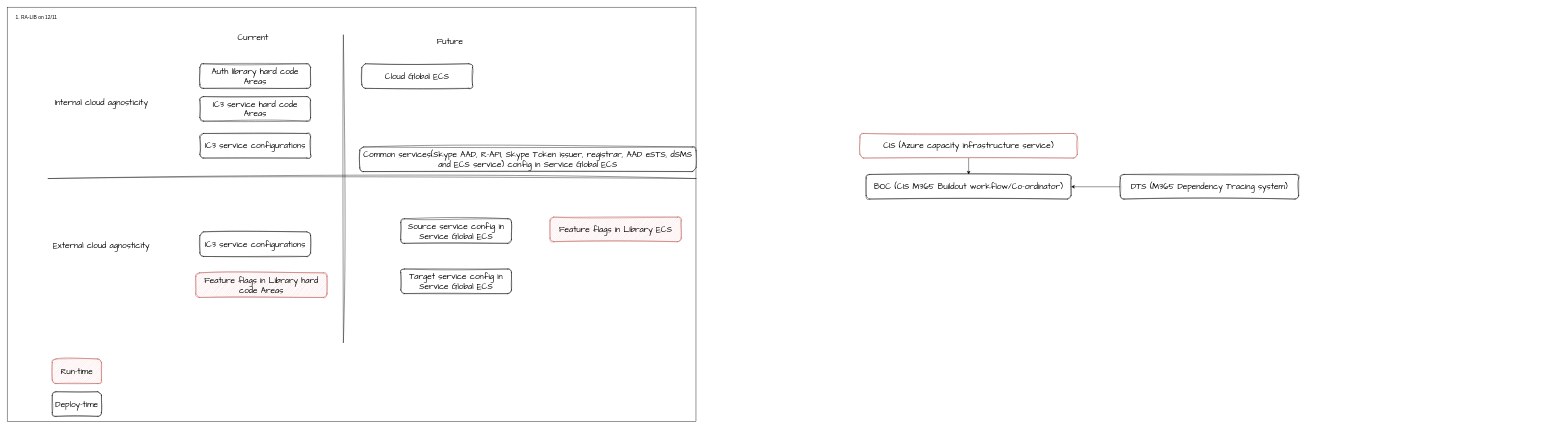
Earlier version of the draw.io diagram page "RA-LIB Overview" (7 of 11) of buildout.drawio (nonly/timewheel). Source tidied: cells renumbered, new cells numbered last; positions are measured from the earlier drawing's top-left corner, leaving out a move shared by most shapes. Both pictures are drawn from the tidied source at 41%, with x=0, y=0 at pixel (7, 7).
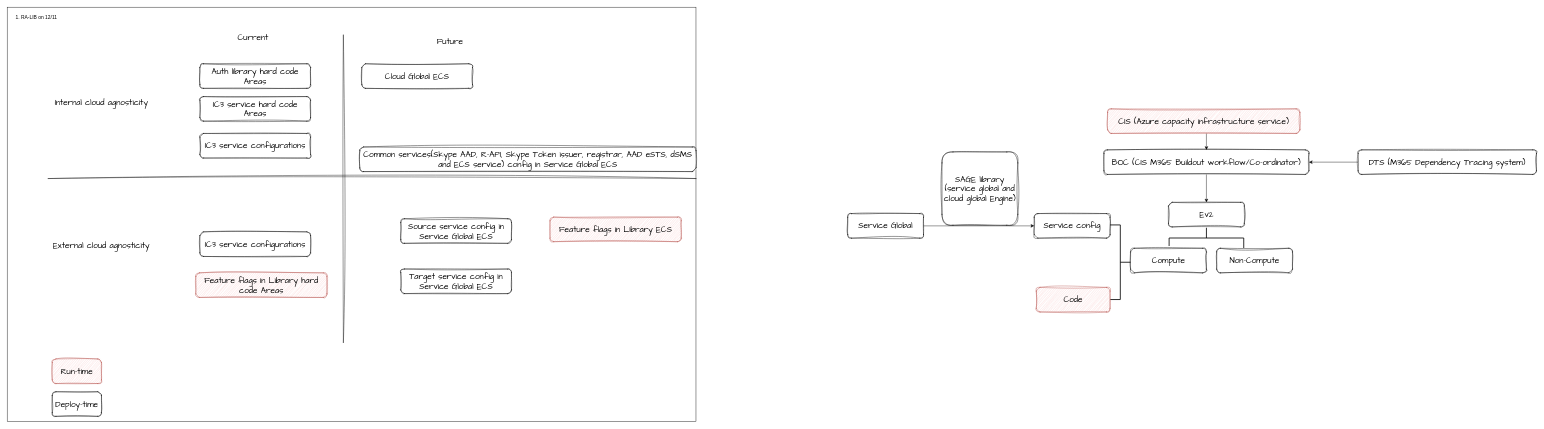
The same page after the edit.

What changed in the source:
```diff
@@
-    <mxCell id="22" value="CIS (Azure capacity infrastructure service)" style="rounded=1;whiteSpace=wrap;html=1;sketch=1;hachureGap=4;jiggle=2;curveFitting=1;fontFamily=Architects Daughter;fontSize=20;fillColor=#FFFFFF;strokeColor=#b85450;" parent="1" vertex="1">
-      <mxGeometry x="2080" y="308" width="530" height="60" as="geometry" />
-    </mxCell>
     <mxCell id="23" value="BOC (CIS M365 Buildout workflow/Co-ordinator)" style="rounded=1;whiteSpace=wrap;html=1;sketch=1;hachureGap=4;jiggle=2;curveFitting=1;fontFamily=Architects Daughter;fontSize=20;" parent="1" vertex="1">
-      <mxGeometry x="2095" y="408" width="500" height="60" as="geometry" />
+      <mxGeometry x="2675" y="348" width="500" height="60" as="geometry" />
     </mxCell>
-    <mxCell id="24" style="endArrow=classic;html=1;rounded=0;exitX=0.5;exitY=1;exitDx=0;exitDy=0;entryX=0.5;entryY=0;entryDx=0;entryDy=0;" parent="1" edge="1" source="22" target="23">
-      <mxGeometry relative="1" as="geometry" />
+    <mxCell id="24" style="endArrow=classic;html=1;rounded=0;exitX=0.5;exitY=1;exitDx=0;exitDy=0;entryX=0.5;entryY=0;entryDx=0;entryDy=0;" parent="1" edge="1" target="23">
+      <mxGeometry relative="1" as="geometry">
+        <mxPoint x="2925" y="308" as="sourcePoint" />
+      </mxGeometry>
     </mxCell>
     <mxCell id="25" value="DTS (M365 Dependency Tracing system)" style="rounded=1;whiteSpace=wrap;html=1;sketch=1;hachureGap=4;jiggle=2;curveFitting=1;fontFamily=Architects Daughter;fontSize=20;" parent="1" vertex="1">
-      <mxGeometry x="2715" y="408" width="435" height="60" as="geometry" />
+      <mxGeometry x="3295" y="348" width="435" height="60" as="geometry" />
     </mxCell>
@@
+    <mxCell id="27" value="Ev2" style="rounded=1;whiteSpace=wrap;html=1;sketch=1;hachureGap=4;jiggle=2;curveFitting=1;fontFamily=Architects Daughter;fontSize=20;" parent="1" vertex="1">
+      <mxGeometry x="2832.5" y="476" width="185" height="60" as="geometry" />
+    </mxCell>
+    <mxCell id="28" style="endArrow=classic;html=1;rounded=0;exitX=0.5;exitY=1;exitDx=0;exitDy=0;entryX=0.5;entryY=0;entryDx=0;entryDy=0;" parent="1" edge="1" source="23" target="27">
+      <mxGeometry relative="1" as="geometry" />
+    </mxCell>
+    <mxCell id="29" style="strokeWidth=2;html=1;shape=mxgraph.flowchart.annotation_2;align=left;labelPosition=right;rotation=90;" parent="1" vertex="1">
+      <mxGeometry x="2900" y="472" width="50" height="182" as="geometry" />
+    </mxCell>
+    <mxCell id="30" value="Compute" style="rounded=1;whiteSpace=wrap;html=1;sketch=1;hachureGap=4;jiggle=2;curveFitting=1;fontFamily=Architects Daughter;fontSize=20;" parent="1" vertex="1">
+      <mxGeometry x="2740" y="588" width="185" height="60" as="geometry" />
+    </mxCell>
+    <mxCell id="31" value="Non-Compute" style="rounded=1;whiteSpace=wrap;html=1;sketch=1;hachureGap=4;jiggle=2;curveFitting=1;fontFamily=Architects Daughter;fontSize=20;" parent="1" vertex="1">
+      <mxGeometry x="2950" y="588" width="185" height="60" as="geometry" />
+    </mxCell>
+    <mxCell id="32" value="Service config" style="rounded=1;whiteSpace=wrap;html=1;sketch=1;hachureGap=4;jiggle=2;curveFitting=1;fontFamily=Architects Daughter;fontSize=20;" parent="1" vertex="1">
+      <mxGeometry x="2505" y="503.4" width="185" height="60" as="geometry" />
+    </mxCell>
+    <mxCell id="33" style="strokeWidth=2;html=1;shape=mxgraph.flowchart.annotation_2;align=left;labelPosition=right;rotation=-180;" parent="1" vertex="1">
+      <mxGeometry x="2690" y="531.1" width="50" height="182" as="geometry" />
+    </mxCell>
+    <mxCell id="34" value="Code" style="rounded=1;whiteSpace=wrap;html=1;sketch=1;hachureGap=4;jiggle=2;curveFitting=1;fontFamily=Architects Daughter;fontSize=20;fillColor=#f8cecc;strokeColor=#b85450;" parent="1" vertex="1">
+      <mxGeometry x="2510" y="683.4" width="180" height="60" as="geometry" />
+    </mxCell>
+    <mxCell id="35" value="Service Global" style="rounded=1;whiteSpace=wrap;html=1;sketch=1;hachureGap=4;jiggle=2;curveFitting=1;fontFamily=Architects Daughter;fontSize=20;" parent="1" vertex="1">
+      <mxGeometry x="2050" y="503.4" width="185" height="60" as="geometry" />
+    </mxCell>
+    <mxCell id="36" style="endArrow=classic;html=1;rounded=0;exitX=1;exitY=0.5;exitDx=0;exitDy=0;entryX=0;entryY=0.5;entryDx=0;entryDy=0;" parent="1" edge="1" source="35" target="32">
+      <mxGeometry relative="1" as="geometry" />
+    </mxCell>
+    <mxCell id="37" value="SAGE library (service global and cloud global Engine)" style="rounded=1;whiteSpace=wrap;html=1;sketch=1;hachureGap=4;jiggle=2;curveFitting=1;fontFamily=Architects Daughter;fontSize=20;" parent="1" vertex="1">
+      <mxGeometry x="2280" y="353" width="185" height="179" as="geometry" />
+    </mxCell>
+    <mxCell id="22" value="CIS (Azure capacity infrastructure service)" style="rounded=1;whiteSpace=wrap;html=1;sketch=1;hachureGap=4;jiggle=2;curveFitting=1;fontFamily=Architects Daughter;fontSize=20;fillColor=#f8cecc;strokeColor=#b85450;" parent="1" vertex="1">
+      <mxGeometry x="2684" y="248" width="469" height="60" as="geometry" />
+    </mxCell>
```
